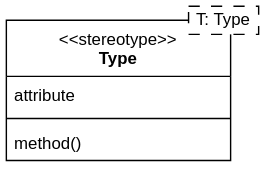
denis-migdal-WebSites/Cours keeps this draw.io diagram as src/pages/dev/R5-06-VCOD-A/W3/CM/assets/class.svg. Above is the earlier version. Source tidied: cells renumbered, new cells last; positions are measured from the earlier drawing's top-left corner, leaving out a move shared by most shapes.
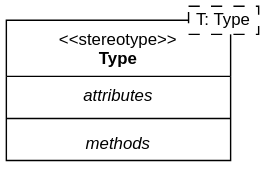
After the change.

What changed in the source:
```diff
@@ -5,13 +5,13 @@
     <mxCell id="2" value="&lt;div&gt;&lt;span style=&quot;font-weight: normal;&quot;&gt;&amp;lt;&amp;lt;stereotype&amp;gt;&amp;gt;&lt;/span&gt;&lt;/div&gt;Type" style="swimlane;fontStyle=1;align=center;verticalAlign=top;horizontal=1;startSize=40;whiteSpace=wrap;html=1;" parent="1" vertex="1">
       <mxGeometry y="10" width="160" height="100" as="geometry" />
     </mxCell>
-    <mxCell id="3" value="attribute" style="text;strokeColor=none;fillColor=none;align=left;verticalAlign=top;spacingLeft=4;spacingRight=4;overflow=hidden;whiteSpace=wrap;html=1;" parent="2" vertex="1">
+    <mxCell id="3" value="&lt;i&gt;attributes&lt;/i&gt;" style="text;strokeColor=none;fillColor=none;align=center;verticalAlign=top;spacingLeft=4;spacingRight=4;overflow=hidden;whiteSpace=wrap;html=1;" parent="2" vertex="1">
       <mxGeometry y="40" width="160" height="26" as="geometry" />
     </mxCell>
     <mxCell id="4" style="line;strokeWidth=1;fillColor=none;align=left;verticalAlign=middle;spacingTop=-1;spacingLeft=3;spacingRight=3;labelPosition=right;strokeColor=inherit;" parent="2" vertex="1">
       <mxGeometry y="66" width="160" height="8" as="geometry" />
     </mxCell>
-    <mxCell id="5" value="method()" style="text;strokeColor=none;fillColor=none;align=left;verticalAlign=top;spacingLeft=4;spacingRight=4;overflow=hidden;whiteSpace=wrap;html=1;" parent="2" vertex="1">
+    <mxCell id="5" value="&lt;i&gt;methods&lt;/i&gt;" style="text;strokeColor=none;fillColor=none;align=center;verticalAlign=top;spacingLeft=4;spacingRight=4;overflow=hidden;whiteSpace=wrap;html=1;" parent="2" vertex="1">
       <mxGeometry y="74" width="160" height="26" as="geometry" />
     </mxCell>
     <mxCell id="6" value="T: Type" style="fontStyle=0;dashed=1;html=1;whiteSpace=wrap;dashPattern=8 8;" parent="1" vertex="1">
```
